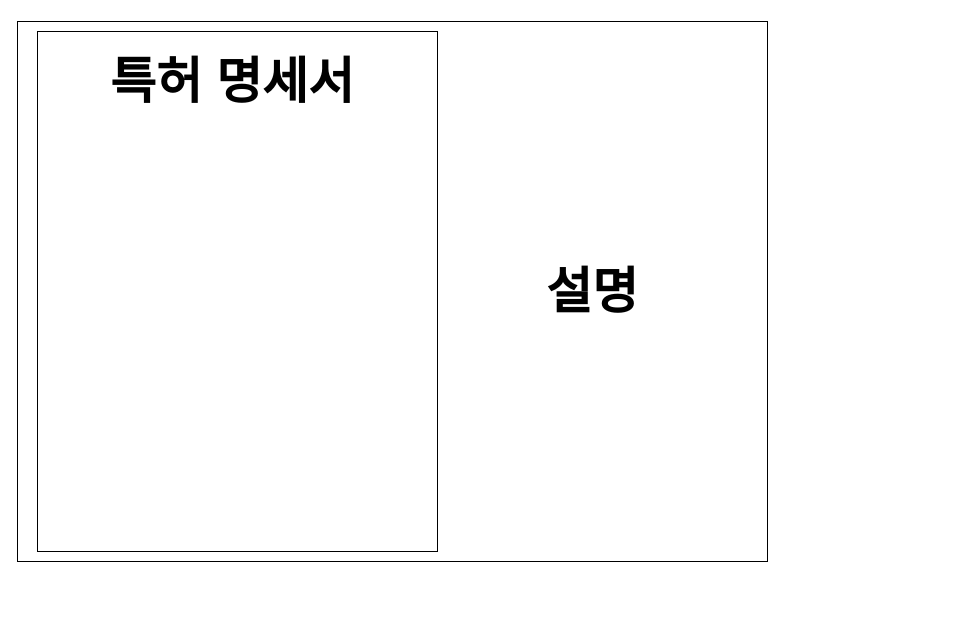
The draw.io diagram img/7.drawio in ccpatents/landing-page-4-kr, before the edit. Source tidied: cells renumbered, new cells numbered last; positions are measured from the earlier drawing's top-left corner, leaving out a move shared by most shapes. Both pictures are drawn from the tidied source at 100%, with x=0, y=0 at pixel (17, 21).
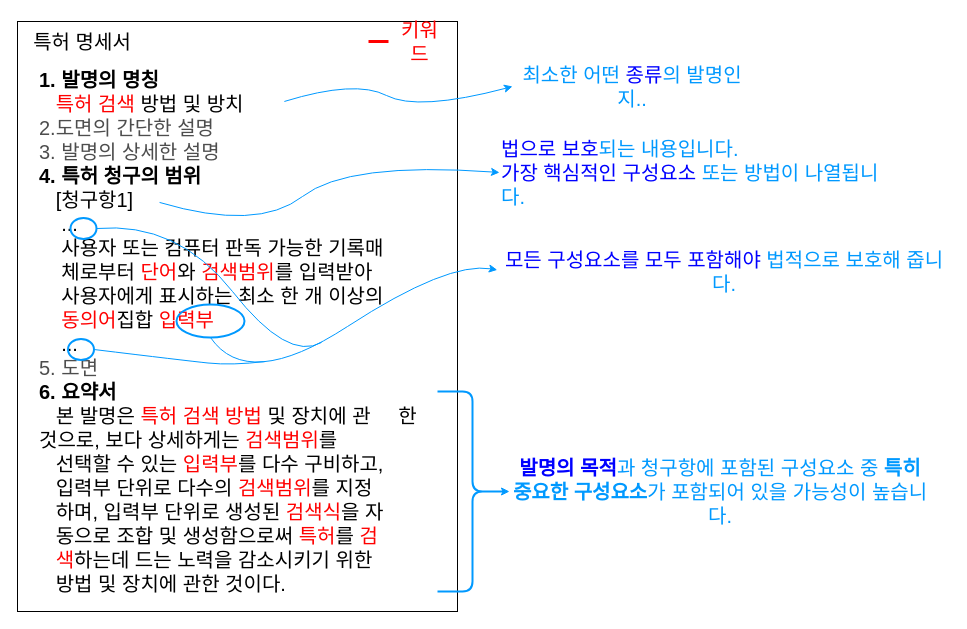
After the change.

The edit, as a diff of the source:
```diff
@@
-    <mxCell id="2" style="rounded=0;whiteSpace=wrap;html=1;fillColor=none;" parent="1" vertex="1">
-      <mxGeometry width="750" height="540" as="geometry" />
-    </mxCell>
-    <mxCell id="3" style="rounded=0;whiteSpace=wrap;html=1;" parent="1" vertex="1">
-      <mxGeometry x="20" y="10" width="400" height="520" as="geometry" />
+    <mxCell id="3" style="rounded=0;whiteSpace=wrap;html=1;fontFamily=궁서;strokeWidth=1;" parent="1" vertex="1">
+      <mxGeometry width="440" height="590" as="geometry" />
     </mxCell>
-    <mxCell id="4" value="특허 명세서" style="text;html=1;strokeColor=none;fillColor=none;align=center;verticalAlign=middle;whiteSpace=wrap;rounded=0;fontSize=50;fontStyle=1;" parent="1" vertex="1">
-      <mxGeometry x="60" y="30" width="310" height="60" as="geometry" />
+    <mxCell id="4" value="특허 명세서" style="text;html=1;strokeColor=none;fillColor=none;align=center;verticalAlign=middle;whiteSpace=wrap;rounded=0;fontSize=20;fontStyle=0;fontFamily=궁서체;" parent="1" vertex="1">
+      <mxGeometry width="130" height="40" as="geometry" />
     </mxCell>
-    <mxCell id="5" value="설명" style="text;html=1;strokeColor=none;fillColor=none;align=center;verticalAlign=middle;whiteSpace=wrap;rounded=0;fontSize=50;fontStyle=1;" parent="1" vertex="1">
-      <mxGeometry x="520" y="235" width="110" height="70" as="geometry" />
-    </mxCell>
+    <mxCell id="6" value="&lt;b&gt;1. 발명의 명칭&lt;/b&gt; &lt;br&gt;&amp;nbsp; &amp;nbsp;&lt;font color=&quot;#ff0000&quot;&gt;특허 검색&lt;/font&gt; 방법 및 방치&lt;br&gt;&lt;font color=&quot;#4d4d4d&quot;&gt;2.도면의 간단한 설명&lt;br&gt;3. 발명의 상세한 설명&lt;/font&gt;&lt;br&gt;&lt;b&gt;4. 특허 청구의 범위&lt;br&gt;&lt;/b&gt;&amp;nbsp; &amp;nbsp;[청구항1]&lt;br&gt;&amp;nbsp; &amp;nbsp; ...&lt;br&gt;&amp;nbsp; &amp;nbsp; 사용자 또는 컴퓨터 판독 가능한 기록매&lt;br&gt;&amp;nbsp; &amp;nbsp; 체로부터 &lt;font color=&quot;#ff0000&quot;&gt;단어&lt;/font&gt;와 &lt;font color=&quot;#ff0000&quot;&gt;검색범위&lt;/font&gt;를 입력받아 &lt;br&gt;&amp;nbsp; &amp;nbsp; 사용자에게 표시하는 최소 한 개 이상의 &lt;br&gt;&amp;nbsp; &amp;nbsp; &lt;font color=&quot;#ff0000&quot;&gt;동의어&lt;/font&gt;집합 &lt;font color=&quot;#ff0000&quot;&gt;입력부&lt;/font&gt;&lt;br&gt;&amp;nbsp; &amp;nbsp; ...&lt;br&gt;&lt;font color=&quot;#4d4d4d&quot;&gt;5. 도면&lt;/font&gt;&lt;br&gt;&lt;b&gt;6. 요약서&lt;/b&gt;&lt;br&gt;&amp;nbsp; &amp;nbsp;본 발명은 &lt;font color=&quot;#ff0000&quot;&gt;특허 검색 방법&lt;/font&gt; 및 장치에 관&amp;nbsp; &amp;nbsp; &amp;nbsp;한 것으로, 보다 상세하게는 &lt;font color=&quot;#ff0000&quot;&gt;검색범위&lt;/font&gt;를 &lt;br&gt;&amp;nbsp; &amp;nbsp;선택할 수 있는 &lt;font color=&quot;#ff0000&quot;&gt;입력부&lt;/font&gt;를 다수 구비하고, &lt;br&gt;&amp;nbsp; &amp;nbsp;입력부 단위로 다수의 &lt;font color=&quot;#ff0000&quot;&gt;검색범위&lt;/font&gt;를 지정&lt;br&gt;&amp;nbsp; &amp;nbsp;하며, 입력부 단위로 생성된 &lt;font color=&quot;#ff0000&quot;&gt;검색식&lt;/font&gt;을 자&lt;br&gt;&amp;nbsp; &amp;nbsp;동으로 조합 및 생성함으로써 &lt;font color=&quot;#ff0000&quot;&gt;특허&lt;/font&gt;를 &lt;font color=&quot;#ff0000&quot;&gt;검&lt;br&gt;&amp;nbsp; &amp;nbsp;색&lt;/font&gt;하는데 드는 노력을 감소시키기 위한 &lt;br&gt;&amp;nbsp; &amp;nbsp;방법 및 장치에 관한 것이다." style="text;html=1;strokeColor=none;fillColor=none;align=left;verticalAlign=top;whiteSpace=wrap;rounded=0;fontFamily=궁서;fontSize=20;" parent="1" vertex="1">
+      <mxGeometry x="20" y="40" width="390" height="540" as="geometry" />
+    </mxCell>
+    <mxCell id="7" value="최소한 어떤 &lt;font color=&quot;#0000ff&quot;&gt;종류&lt;/font&gt;의 발명인지.." style="text;html=1;strokeColor=none;fillColor=none;align=center;verticalAlign=middle;whiteSpace=wrap;rounded=0;fontFamily=배달의민족 한나체 pro;fontSize=20;fontColor=#0099FF;" parent="1" vertex="1">
+      <mxGeometry x="495" y="50" width="240" height="30" as="geometry" />
+    </mxCell>
+    <mxCell id="8" value="&lt;font color=&quot;#0000ff&quot;&gt;모든 구성요소를 모두 포함해야&lt;/font&gt; 법적으로 보호해 줍니다." style="text;html=1;strokeColor=none;fillColor=none;align=center;verticalAlign=middle;whiteSpace=wrap;rounded=0;fontFamily=배달의민족 한나체 pro;fontSize=20;fontColor=#0099FF;" parent="1" vertex="1">
+      <mxGeometry x="482" y="235" width="450" height="30" as="geometry" />
+    </mxCell>
+    <mxCell id="9" value="&lt;font color=&quot;#0000ff&quot;&gt;법으로 보호&lt;/font&gt;되는 내용입니다.&lt;br&gt;&lt;font color=&quot;#0000ff&quot;&gt;가장 핵심적인 구성요소&lt;/font&gt; 또는 방법이 나열됩니다." style="text;html=1;strokeColor=none;fillColor=none;align=left;verticalAlign=middle;whiteSpace=wrap;rounded=0;fontFamily=배달의민족 한나체 pro;fontSize=20;fontColor=#0099FF;" parent="1" vertex="1">
+      <mxGeometry x="482" y="126" width="383" height="50" as="geometry" />
+    </mxCell>
+    <mxCell id="10" value="&lt;b&gt;&lt;font color=&quot;#0000ff&quot;&gt;발명의 목적&lt;/font&gt;&lt;/b&gt;과 청구항에 포함된 구성요소 중 &lt;b&gt;특히&lt;br&gt;중요한 구성요소&lt;/b&gt;가 포함되어 있을 가능성이 높습니다." style="text;html=1;strokeColor=none;fillColor=none;align=center;verticalAlign=middle;whiteSpace=wrap;rounded=0;fontFamily=배달의민족 한나체 pro;fontSize=20;fontColor=#0099FF;fontStyle=0;" parent="1" vertex="1">
+      <mxGeometry x="489" y="440" width="428" height="60" as="geometry" />
+    </mxCell>
+    <mxCell id="11" style="shape=curlyBracket;whiteSpace=wrap;html=1;rounded=1;strokeColor=#0099FF;strokeWidth=2;fontFamily=배달의민족 한나체 pro;fontSize=20;fontColor=#0099FF;rotation=180;" parent="1" vertex="1">
+      <mxGeometry x="420" y="370" width="70" height="200" as="geometry" />
+    </mxCell>
+    <mxCell id="12" style="ellipse;whiteSpace=wrap;html=1;strokeColor=#0099FF;strokeWidth=2;fontFamily=배달의민족 한나체 pro;fontSize=20;fontColor=#0099FF;fillColor=none;" parent="1" vertex="1">
+      <mxGeometry x="53" y="196.5" width="26" height="21" as="geometry" />
+    </mxCell>
+    <mxCell id="13" style="ellipse;whiteSpace=wrap;html=1;strokeColor=#0099FF;strokeWidth=2;fontFamily=배달의민족 한나체 pro;fontSize=20;fontColor=#0099FF;fillColor=none;" parent="1" vertex="1">
+      <mxGeometry x="50.5" y="317.5" width="26" height="21" as="geometry" />
+    </mxCell>
+    <mxCell id="14" style="ellipse;whiteSpace=wrap;html=1;strokeColor=#0099FF;strokeWidth=2;fontFamily=배달의민족 한나체 pro;fontSize=20;fontColor=#0099FF;fillColor=none;" parent="1" vertex="1">
+      <mxGeometry x="159" y="283" width="68" height="33" as="geometry" />
+    </mxCell>
+    <mxCell id="15" style="curved=1;endArrow=classic;html=1;fontFamily=배달의민족 한나체 pro;fontSize=20;fontColor=#0099FF;entryX=0;entryY=0.5;entryDx=0;entryDy=0;exitX=0.5;exitY=1;exitDx=0;exitDy=0;strokeColor=#0099FF;" parent="1" edge="1" source="14">
+      <mxGeometry relative="1" as="geometry">
+        <mxPoint x="479.8" y="248.4" as="targetPoint" />
+        <Array as="points">
+          <mxPoint x="230" y="370" />
+          <mxPoint x="430" y="240" />
+        </Array>
+      </mxGeometry>
+    </mxCell>
+    <mxCell id="16" style="curved=1;endArrow=none;html=1;fontFamily=배달의민족 한나체 pro;fontSize=20;fontColor=#0099FF;endFill=0;exitX=1;exitY=0.5;exitDx=0;exitDy=0;strokeColor=#0099FF;" parent="1" edge="1" source="13">
+      <mxGeometry relative="1" as="geometry">
+        <mxPoint x="248" y="340" as="targetPoint" />
+        <Array as="points">
+          <mxPoint x="167" y="339" />
+          <mxPoint x="214" y="344" />
+        </Array>
+      </mxGeometry>
+    </mxCell>
+    <mxCell id="17" style="curved=1;endArrow=none;html=1;fontFamily=배달의민족 한나체 pro;fontSize=20;fontColor=#0099FF;endFill=0;exitX=1;exitY=0.5;exitDx=0;exitDy=0;strokeColor=#0099FF;" parent="1" edge="1" source="12">
+      <mxGeometry relative="1" as="geometry">
+        <mxPoint x="304" y="321" as="targetPoint" />
+        <Array as="points">
+          <mxPoint x="160" y="200" />
+          <mxPoint x="270" y="340" />
+        </Array>
+      </mxGeometry>
+    </mxCell>
+    <mxCell id="18" style="curved=1;endArrow=classic;html=1;strokeColor=#0099FF;fontFamily=배달의민족 한나체 pro;fontSize=20;fontColor=#0099FF;exitX=0.313;exitY=0.261;exitDx=0;exitDy=0;exitPerimeter=0;entryX=0;entryY=0.5;entryDx=0;entryDy=0;" parent="1" edge="1" source="6" target="9">
+      <mxGeometry relative="1" as="geometry">
+        <Array as="points">
+          <mxPoint x="240" y="210" />
+          <mxPoint x="330" y="140" />
+        </Array>
+      </mxGeometry>
+    </mxCell>
+    <mxCell id="19" style="curved=1;endArrow=classic;html=1;strokeColor=#0099FF;fontFamily=배달의민족 한나체 pro;fontSize=20;fontColor=#0099FF;exitX=0.633;exitY=0.074;exitDx=0;exitDy=0;exitPerimeter=0;entryX=0;entryY=0.5;entryDx=0;entryDy=0;" parent="1" edge="1" source="6" target="7">
+      <mxGeometry relative="1" as="geometry">
+        <Array as="points">
+          <mxPoint x="338" y="58" />
+          <mxPoint x="400" y="90" />
+        </Array>
+      </mxGeometry>
+    </mxCell>
+    <mxCell id="20" style="endArrow=classic;html=1;strokeColor=#0099FF;fontFamily=배달의민족 한나체 pro;fontSize=20;fontColor=#0099FF;" parent="1" edge="1">
+      <mxGeometry relative="1" as="geometry">
+        <mxPoint x="472" y="470" as="sourcePoint" />
+        <mxPoint x="492" y="470" as="targetPoint" />
+      </mxGeometry>
+    </mxCell>
+    <mxCell id="21" style="endArrow=none;html=1;strokeColor=#FF0000;fontFamily=배달의민족 한나체 pro;fontSize=20;fontColor=#0099FF;strokeWidth=3;" parent="1" edge="1">
+      <mxGeometry relative="1" as="geometry">
+        <mxPoint x="351" y="20" as="sourcePoint" />
+        <mxPoint x="371" y="20" as="targetPoint" />
+      </mxGeometry>
+    </mxCell>
+    <mxCell id="22" value="키워드" style="text;html=1;strokeColor=none;fillColor=none;align=center;verticalAlign=middle;whiteSpace=wrap;rounded=0;fontFamily=배달의민족 한나체 pro;fontSize=20;fontColor=#FF0000;" parent="1" vertex="1">
+      <mxGeometry x="376" y="10" width="53" height="20" as="geometry" />
+    </mxCell>
```
